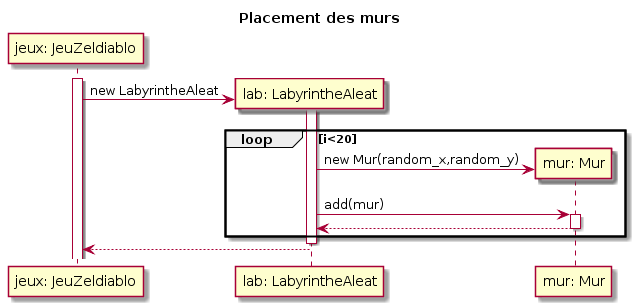
This is documents/version_7.0/uml_mur_alea.png from NunzioArdi/2019_coo_zeldiablo, a PlantUML export, as it was before one commit.
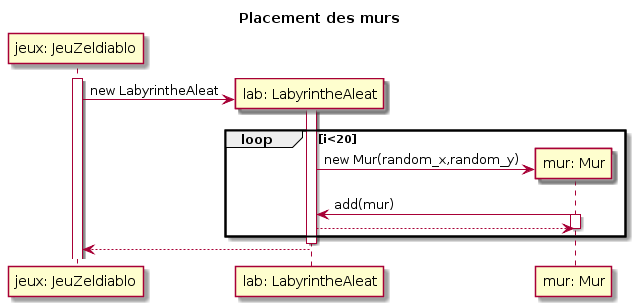
Above is the later version.

Commit message:
Correction de uml_piege_alea et de uml_mur_alea

What changed in the source:
```diff
@@ -12,11 +12,11 @@
 activate l
 loop i<20
 create mur
+l -> mur: new Mur(random_x,random_y)
 
-l -> mur: new Mur(random_x,random_y)
-l -> mur: add(mur)
+mur -> l: add(mur)
 activate mur
-l <-- mur
+mur <-- l
 deactivate mur
 end
 
```
